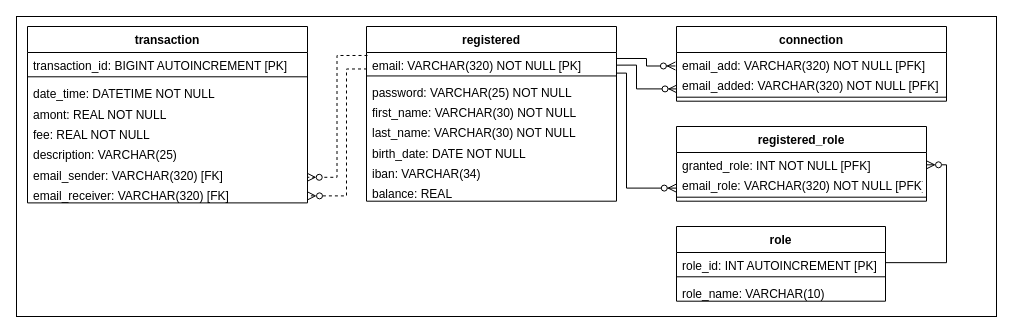
Earlier version of the draw.io diagram page "MLD" (3 of 3) of UML/payMyBuddyUML.drawio (emmo78/com.paymybuddy.paymybuddy). Source tidied: cells renumbered, new cells numbered last; positions are measured from the earlier drawing's top-left corner, leaving out a move shared by most shapes. Both pictures are drawn from the tidied source at 100%, with x=0, y=0 at pixel (16, 16).
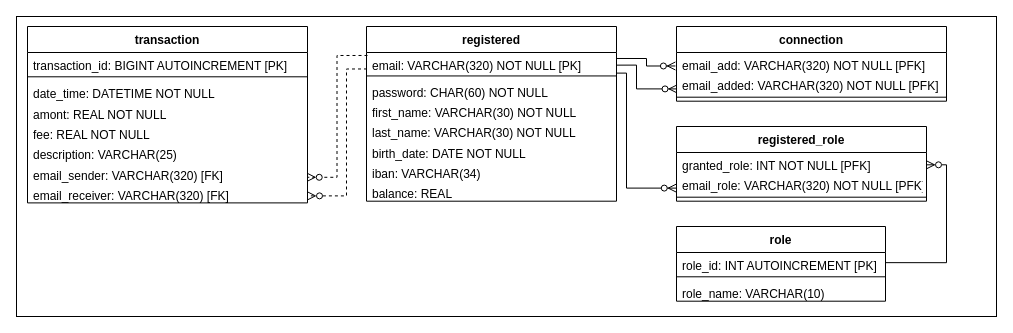
Above is the later version.

Unchanged cells that the change refers to:
```xml
<mxCell id="16" value="registered" style="swimlane;fontStyle=1;align=center;verticalAlign=top;horizontal=1;startSize=26;" parent="1" vertex="1">
  <mxGeometry x="350" y="10" width="250" height="174.7" as="geometry" />
</mxCell>
```

What changed in the source:
```diff
@@
-    <mxCell id="19" value="password: VARCHAR(25) NOT NULL" style="text;strokeColor=none;fillColor=none;align=left;verticalAlign=top;spacingLeft=4;spacingRight=4;overflow=hidden;" parent="16" vertex="1">
+    <mxCell id="19" value="password: CHAR(60) NOT NULL" style="text;strokeColor=none;fillColor=none;align=left;verticalAlign=top;spacingLeft=4;spacingRight=4;overflow=hidden;" parent="16" vertex="1">
       <mxGeometry y="52.6" width="250" height="20.3" as="geometry" />
     </mxCell>
```
